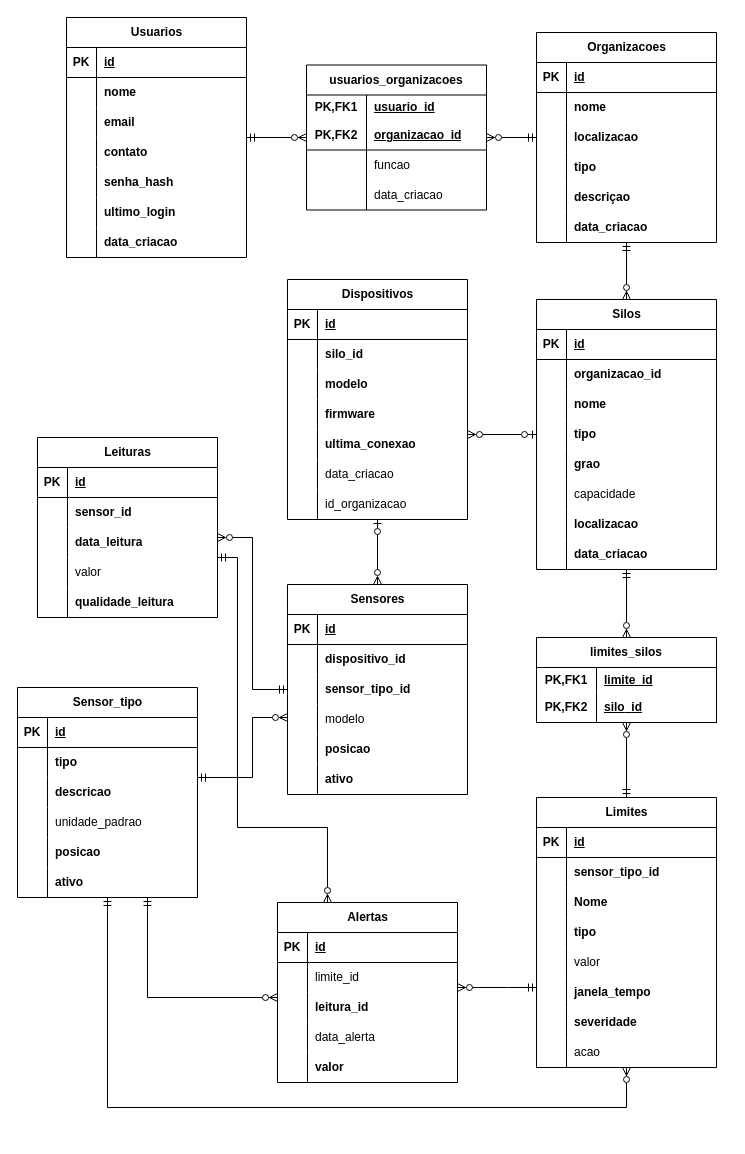
DevSolto/PI-Senac-BACKEND keeps this draw.io diagram as modelo_de_dados.drawio. Above is the earlier version. Source tidied: cells renumbered, new cells numbered last; positions are measured from the earlier drawing's top-left corner, leaving out a move shared by most shapes. Both pictures are drawn from the tidied source at 100%, with x=0, y=0 at pixel (17, 17).
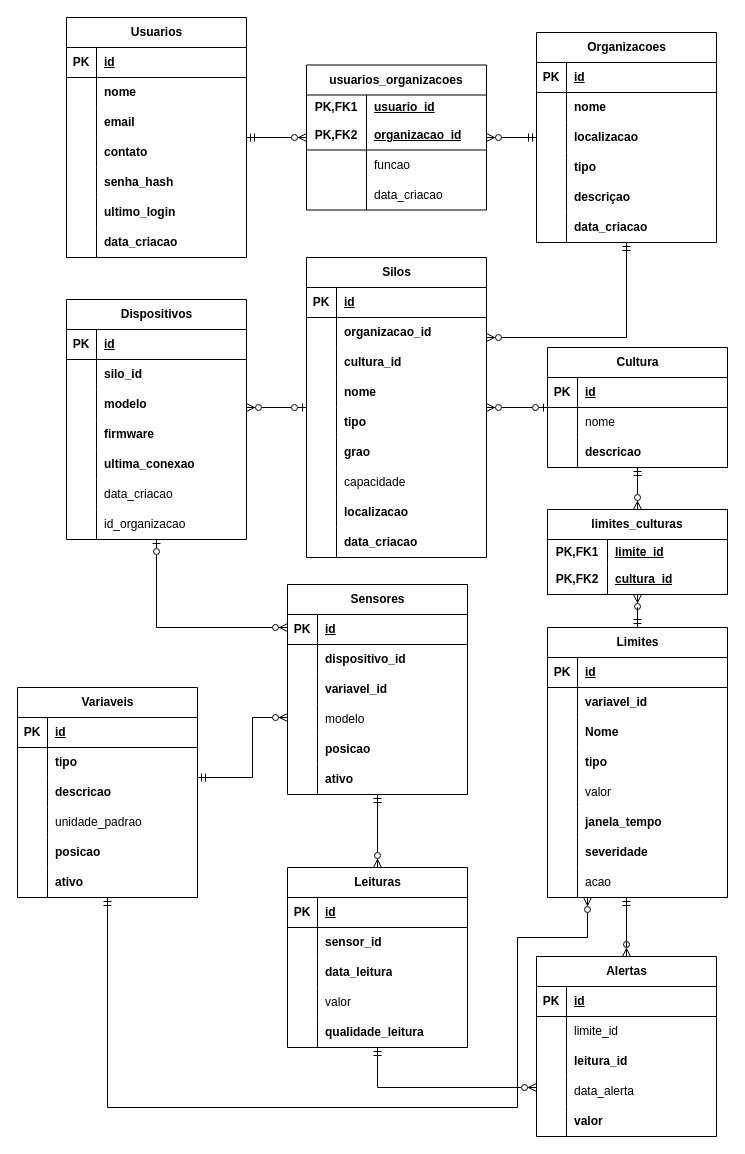
Above is the later version.

Unchanged cells that the change refers to:
```xml
<mxCell id="26" value="Organizacoes" style="shape=table;startSize=30;childLayout=tableLayout;rowLines=0;fontStyle=1;align=center;html=1;" parent="1" vertex="1">
  <mxGeometry x="519" y="15" width="180" height="210" as="geometry" />
</mxCell>
<mxCell id="112" value="Sensores" style="shape=table;startSize=30;childLayout=tableLayout;rowLines=0;fontStyle=1;align=center;html=1;" parent="1" vertex="1">
  <mxGeometry x="270" y="567" width="180" height="210" as="geometry" />
</mxCell>
<mxCell id="119" style="shape=tableRow;horizontal=0;startSize=0;swimlaneHead=0;swimlaneBody=0;fillColor=none;top=0;left=0;right=0;bottom=0;" parent="112" vertex="1">
  <mxGeometry y="90" width="180" height="30" as="geometry" />
</mxCell>
<mxCell id="173" style="shape=tableRow;horizontal=0;startSize=0;swimlaneHead=0;swimlaneBody=0;fillColor=none;top=0;left=0;right=0;bottom=0;" parent="169" vertex="1">
  <mxGeometry y="60" width="180" height="30" as="geometry" />
</mxCell>
<mxCell id="198" style="shape=tableRow;horizontal=0;startSize=0;swimlaneHead=0;swimlaneBody=0;fillColor=none;top=0;left=0;right=0;bottom=1;html=1;" parent="194" vertex="1">
  <mxGeometry y="55" width="180" height="30" as="geometry" />
</mxCell>
```

Diff of the diagram source:
```diff
@@
     <mxCell id="58" style="edgeStyle=orthogonalEdgeStyle;rounded=0;jettySize=auto;html=1;startArrow=ERzeroToMany;startFill=0;endArrow=ERmandOne;endFill=0;" parent="1" edge="1" source="61" target="26">
-      <mxGeometry relative="1" as="geometry" />
+      <mxGeometry relative="1" as="geometry">
+        <Array as="points">
+          <mxPoint x="609" y="320" />
+        </Array>
+      </mxGeometry>
     </mxCell>
@@
-    <mxCell id="60" style="edgeStyle=orthogonalEdgeStyle;rounded=0;jettySize=auto;html=1;endArrow=ERzeroToMany;endFill=0;startArrow=ERmandOne;startFill=0;" parent="1" edge="1" source="61" target="194">
+    <mxCell id="60" style="edgeStyle=orthogonalEdgeStyle;rounded=0;jettySize=auto;html=1;endArrow=ERzeroToMany;endFill=0;startArrow=ERmandOne;startFill=0;" parent="1" edge="1" source="222" target="194">
       <mxGeometry relative="1" as="geometry" />
     </mxCell>
+    <mxCell id="218" style="edgeStyle=orthogonalEdgeStyle;rounded=0;jettySize=auto;html=1;endArrow=ERzeroToOne;endFill=0;startArrow=ERzeroToMany;startFill=0;" parent="1" edge="1" source="61" target="222">
+      <mxGeometry relative="1" as="geometry" />
+    </mxCell>
     <mxCell id="61" value="Silos" style="shape=table;startSize=30;childLayout=tableLayout;rowLines=0;fontStyle=1;align=center;html=1;" parent="1" vertex="1">
-      <mxGeometry x="519" y="282" width="180" height="270" as="geometry" />
+      <mxGeometry x="289" y="240" width="180" height="300" as="geometry" />
     </mxCell>
@@
+    <mxCell id="219" style="shape=tableRow;horizontal=0;startSize=0;swimlaneHead=0;swimlaneBody=0;fillColor=none;top=0;left=0;right=0;bottom=0;" parent="61" vertex="1">
+      <mxGeometry y="90" width="180" height="30" as="geometry" />
+    </mxCell>
+    <mxCell id="220" style="shape=partialRectangle;fillColor=none;top=0;left=0;bottom=0;right=0;overflow=hidden;whiteSpace=wrap;html=1;" parent="219" vertex="1">
+      <mxGeometry width="30" height="30" as="geometry" />
+    </mxCell>
+    <mxCell id="221" value="&lt;strong&gt;cultura_id&lt;/strong&gt;" style="shape=partialRectangle;fillColor=none;top=0;left=0;bottom=0;right=0;align=left;spacingLeft=6;overflow=hidden;whiteSpace=wrap;html=1;" parent="219" vertex="1">
+      <mxGeometry x="30" width="150" height="30" as="geometry" />
+    </mxCell>
     <mxCell id="68" style="shape=tableRow;horizontal=0;startSize=0;swimlaneHead=0;swimlaneBody=0;fillColor=none;top=0;left=0;right=0;bottom=0;" parent="61" vertex="1">
-      <mxGeometry y="90" width="180" height="30" as="geometry" />
+      <mxGeometry y="120" width="180" height="30" as="geometry" />
     </mxCell>
@@
     <mxCell id="71" style="shape=tableRow;horizontal=0;startSize=0;swimlaneHead=0;swimlaneBody=0;fillColor=none;top=0;left=0;right=0;bottom=0;" parent="61" vertex="1">
-      <mxGeometry y="120" width="180" height="30" as="geometry" />
+      <mxGeometry y="150" width="180" height="30" as="geometry" />
     </mxCell>
@@
     <mxCell id="74" style="shape=tableRow;horizontal=0;startSize=0;swimlaneHead=0;swimlaneBody=0;fillColor=none;top=0;left=0;right=0;bottom=0;" parent="61" vertex="1">
-      <mxGeometry y="150" width="180" height="30" as="geometry" />
+      <mxGeometry y="180" width="180" height="30" as="geometry" />
     </mxCell>
@@
     <mxCell id="77" style="shape=tableRow;horizontal=0;startSize=0;swimlaneHead=0;swimlaneBody=0;fillColor=none;top=0;left=0;right=0;bottom=0;" parent="61" vertex="1">
-      <mxGeometry y="180" width="180" height="30" as="geometry" />
+      <mxGeometry y="210" width="180" height="30" as="geometry" />
     </mxCell>
@@
     <mxCell id="80" style="shape=tableRow;horizontal=0;startSize=0;swimlaneHead=0;swimlaneBody=0;fillColor=none;top=0;left=0;right=0;bottom=0;" parent="61" vertex="1">
-      <mxGeometry y="210" width="180" height="30" as="geometry" />
+      <mxGeometry y="240" width="180" height="30" as="geometry" />
     </mxCell>
@@
     <mxCell id="83" style="shape=tableRow;horizontal=0;startSize=0;swimlaneHead=0;swimlaneBody=0;fillColor=none;top=0;left=0;right=0;bottom=0;" parent="61" vertex="1">
-      <mxGeometry y="240" width="180" height="30" as="geometry" />
+      <mxGeometry y="270" width="180" height="30" as="geometry" />
     </mxCell>
@@
     <mxCell id="86" style="edgeStyle=orthogonalEdgeStyle;rounded=0;jettySize=auto;html=1;endArrow=ERzeroToMany;endFill=0;startArrow=ERzeroToOne;startFill=0;" parent="1" edge="1" source="87" target="112">
-      <mxGeometry relative="1" as="geometry" />
+      <mxGeometry relative="1" as="geometry">
+        <Array as="points">
+          <mxPoint x="139" y="610" />
+        </Array>
+      </mxGeometry>
     </mxCell>
     <mxCell id="87" value="Dispositivos" style="shape=table;startSize=30;childLayout=tableLayout;rowLines=0;fontStyle=1;align=center;html=1;" parent="1" vertex="1">
-      <mxGeometry x="270" y="262" width="180" height="240" as="geometry" />
+      <mxGeometry x="49" y="282" width="180" height="240" as="geometry" />
     </mxCell>
@@
     <mxCell id="109" style="edgeStyle=orthogonalEdgeStyle;rounded=0;jettySize=auto;html=1;endArrow=ERzeroToMany;endFill=0;startArrow=ERmandOne;startFill=0;" parent="1" edge="1" source="151" target="202">
       <mxGeometry relative="1" as="geometry">
         <Array as="points">
-          <mxPoint x="220" y="540" />
-          <mxPoint x="220" y="810" />
-          <mxPoint x="310" y="810" />
+          <mxPoint x="360" y="1070" />
         </Array>
       </mxGeometry>
     </mxCell>
     <mxCell id="110" style="edgeStyle=orthogonalEdgeStyle;rounded=0;jettySize=auto;html=1;endArrow=ERzeroToMany;endFill=0;startArrow=ERmandOne;startFill=0;" parent="1" edge="1" source="112" target="151">
       <mxGeometry relative="1" as="geometry">
         <Array as="points">
-          <mxPoint x="235" y="672" />
-          <mxPoint x="235" y="520" />
+          <mxPoint x="360" y="760" />
+          <mxPoint x="360" y="760" />
         </Array>
       </mxGeometry>
     </mxCell>
@@
-    <mxCell id="121" value="&lt;strong&gt;sensor_tipo_id&lt;/strong&gt;" style="shape=partialRectangle;fillColor=none;top=0;left=0;bottom=0;right=0;align=left;spacingLeft=6;overflow=hidden;whiteSpace=wrap;html=1;" parent="119" vertex="1">
+    <mxCell id="121" value="&lt;strong&gt;variavel_id&lt;/strong&gt;" style="shape=partialRectangle;fillColor=none;top=0;left=0;bottom=0;right=0;align=left;spacingLeft=6;overflow=hidden;whiteSpace=wrap;html=1;" parent="119" vertex="1">
       <mxGeometry x="30" width="150" height="30" as="geometry" />
     </mxCell>
@@
     <mxCell id="131" style="edgeStyle=orthogonalEdgeStyle;rounded=0;jettySize=auto;html=1;endArrow=ERzeroToMany;endFill=0;startArrow=ERmandOne;startFill=0;" parent="1" edge="1" source="132" target="169">
       <mxGeometry relative="1" as="geometry">
         <Array as="points">
           <mxPoint x="90" y="1090" />
-          <mxPoint x="609" y="1090" />
+          <mxPoint x="500" y="1090" />
+          <mxPoint x="500" y="920" />
+          <mxPoint x="570" y="920" />
         </Array>
       </mxGeometry>
     </mxCell>
-    <mxCell id="132" value="Sensor_tipo" style="shape=table;startSize=30;childLayout=tableLayout;rowLines=0;fontStyle=1;align=center;html=1;" parent="1" vertex="1">
+    <mxCell id="132" value="Variaveis" style="shape=table;startSize=30;childLayout=tableLayout;rowLines=0;fontStyle=1;align=center;html=1;" parent="1" vertex="1">
       <mxGeometry y="670" width="180" height="210" as="geometry" />
     </mxCell>
@@
     <mxCell id="151" value="Leituras" style="shape=table;startSize=30;childLayout=tableLayout;rowLines=0;fontStyle=1;align=center;html=1;" parent="1" vertex="1">
-      <mxGeometry x="20" y="420" width="180" height="180" as="geometry" />
+      <mxGeometry x="270" y="850" width="180" height="180" as="geometry" />
     </mxCell>
@@
     <mxCell id="168" style="edgeStyle=orthogonalEdgeStyle;rounded=0;jettySize=auto;html=1;endArrow=ERzeroToMany;endFill=0;startArrow=ERmandOne;startFill=0;" parent="1" edge="1" source="169" target="202">
       <mxGeometry relative="1" as="geometry">
         <Array as="points">
-          <mxPoint x="490" y="970" />
-          <mxPoint x="490" y="970" />
+          <mxPoint x="609" y="930" />
+          <mxPoint x="609" y="930" />
         </Array>
       </mxGeometry>
     </mxCell>
     <mxCell id="169" value="&lt;div&gt;Limites&lt;/div&gt;" style="shape=table;startSize=30;childLayout=tableLayout;rowLines=0;fontStyle=1;align=center;html=1;" parent="1" vertex="1">
-      <mxGeometry x="519" y="780" width="180" height="270" as="geometry" />
+      <mxGeometry x="530" y="610" width="180" height="270" as="geometry" />
     </mxCell>
@@
-    <mxCell id="175" value="&lt;strong&gt;sensor_tipo_id&lt;/strong&gt;" style="shape=partialRectangle;fillColor=none;top=0;left=0;bottom=0;right=0;align=left;spacingLeft=6;overflow=hidden;whiteSpace=wrap;html=1;" parent="173" vertex="1">
+    <mxCell id="175" value="&lt;strong&gt;variavel_id&lt;/strong&gt;" style="shape=partialRectangle;fillColor=none;top=0;left=0;bottom=0;right=0;align=left;spacingLeft=6;overflow=hidden;whiteSpace=wrap;html=1;" parent="173" vertex="1">
       <mxGeometry x="30" width="150" height="30" as="geometry" />
     </mxCell>
@@
-    <mxCell id="194" value="limites_silos" style="shape=table;startSize=30;childLayout=tableLayout;rowLines=0;fontStyle=1;align=center;html=1;whiteSpace=wrap;" parent="1" vertex="1">
-      <mxGeometry x="519" y="620" width="180" height="85" as="geometry" />
+    <mxCell id="194" value="limites_culturas" style="shape=table;startSize=30;childLayout=tableLayout;rowLines=0;fontStyle=1;align=center;html=1;whiteSpace=wrap;" parent="1" vertex="1">
+      <mxGeometry x="530" y="492" width="180" height="85" as="geometry" />
     </mxCell>
@@
-    <mxCell id="200" value="&lt;strong&gt;silo&lt;/strong&gt;&lt;strong&gt;_id&lt;/strong&gt;" style="shape=partialRectangle;fillColor=none;top=0;left=0;bottom=0;right=0;align=left;spacingLeft=6;fontStyle=5;overflow=hidden;html=1;whiteSpace=wrap;" parent="198" vertex="1">
+    <mxCell id="200" value="&lt;strong&gt;cultura_id&lt;/strong&gt;" style="shape=partialRectangle;fillColor=none;top=0;left=0;bottom=0;right=0;align=left;spacingLeft=6;fontStyle=5;overflow=hidden;html=1;whiteSpace=wrap;" parent="198" vertex="1">
       <mxGeometry x="60" width="120" height="30" as="geometry" />
     </mxCell>
-    <mxCell id="201" style="edgeStyle=orthogonalEdgeStyle;rounded=0;jettySize=auto;html=1;endArrow=ERzeroToMany;endFill=0;startArrow=ERmandOne;startFill=0;" parent="1" edge="1" source="132" target="202">
-      <mxGeometry relative="1" as="geometry">
-        <Array as="points">
-          <mxPoint x="130" y="980" />
-        </Array>
-      </mxGeometry>
-    </mxCell>
     <mxCell id="202" value="&lt;div&gt;Alertas&lt;/div&gt;" style="shape=table;startSize=30;childLayout=tableLayout;rowLines=0;fontStyle=1;align=center;html=1;" parent="1" vertex="1">
-      <mxGeometry x="260" y="885" width="180" height="180" as="geometry" />
+      <mxGeometry x="519" y="939" width="180" height="180" as="geometry" />
     </mxCell>
@@
+    <mxCell id="222" value="Cultura" style="shape=table;startSize=30;childLayout=tableLayout;rowLines=0;fontStyle=1;align=center;html=1;" parent="1" vertex="1">
+      <mxGeometry x="530" y="330" width="180" height="120" as="geometry" />
+    </mxCell>
+    <mxCell id="223" style="shape=tableRow;horizontal=0;startSize=0;swimlaneHead=0;swimlaneBody=0;fillColor=none;top=0;left=0;right=0;bottom=1;" parent="222" vertex="1">
+      <mxGeometry y="30" width="180" height="30" as="geometry" />
+    </mxCell>
+    <mxCell id="224" value="PK" style="shape=partialRectangle;fillColor=none;top=0;left=0;bottom=0;right=0;fontStyle=1;overflow=hidden;whiteSpace=wrap;html=1;" parent="223" vertex="1">
+      <mxGeometry width="30" height="30" as="geometry" />
+    </mxCell>
+    <mxCell id="225" value="&lt;div&gt;id&lt;/div&gt;" style="shape=partialRectangle;fillColor=none;top=0;left=0;bottom=0;right=0;align=left;spacingLeft=6;fontStyle=5;overflow=hidden;whiteSpace=wrap;html=1;" parent="223" vertex="1">
+      <mxGeometry x="30" width="150" height="30" as="geometry" />
+    </mxCell>
+    <mxCell id="226" style="shape=tableRow;horizontal=0;startSize=0;swimlaneHead=0;swimlaneBody=0;fillColor=none;top=0;left=0;right=0;bottom=0;" parent="222" vertex="1">
+      <mxGeometry y="60" width="180" height="30" as="geometry" />
+    </mxCell>
+    <mxCell id="227" style="shape=partialRectangle;fillColor=none;top=0;left=0;bottom=0;right=0;overflow=hidden;whiteSpace=wrap;html=1;" parent="226" vertex="1">
+      <mxGeometry width="30" height="30" as="geometry" />
+    </mxCell>
+    <mxCell id="228" value="nome" style="shape=partialRectangle;fillColor=none;top=0;left=0;bottom=0;right=0;align=left;spacingLeft=6;overflow=hidden;whiteSpace=wrap;html=1;" parent="226" vertex="1">
+      <mxGeometry x="30" width="150" height="30" as="geometry" />
+    </mxCell>
+    <mxCell id="229" style="shape=tableRow;horizontal=0;startSize=0;swimlaneHead=0;swimlaneBody=0;fillColor=none;top=0;left=0;right=0;bottom=0;" parent="222" vertex="1">
+      <mxGeometry y="90" width="180" height="30" as="geometry" />
+    </mxCell>
+    <mxCell id="230" style="shape=partialRectangle;fillColor=none;top=0;left=0;bottom=0;right=0;overflow=hidden;whiteSpace=wrap;html=1;" parent="229" vertex="1">
+      <mxGeometry width="30" height="30" as="geometry" />
+    </mxCell>
+    <mxCell id="231" value="&lt;strong&gt;descricao&lt;/strong&gt;" style="shape=partialRectangle;fillColor=none;top=0;left=0;bottom=0;right=0;align=left;spacingLeft=6;overflow=hidden;whiteSpace=wrap;html=1;" parent="229" vertex="1">
+      <mxGeometry x="30" width="150" height="30" as="geometry" />
+    </mxCell>
```
